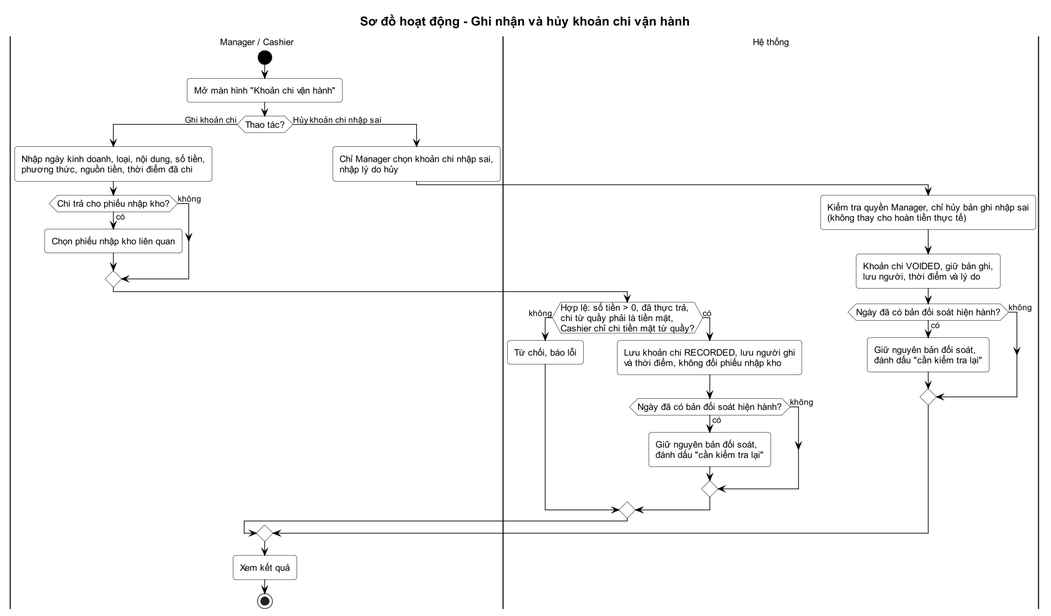
Above: docs/05-quan-ly-tai-chinh/activity-2-khoan-chi.png in Anpham120/restaurant-management-system (PlantUML), before the change.
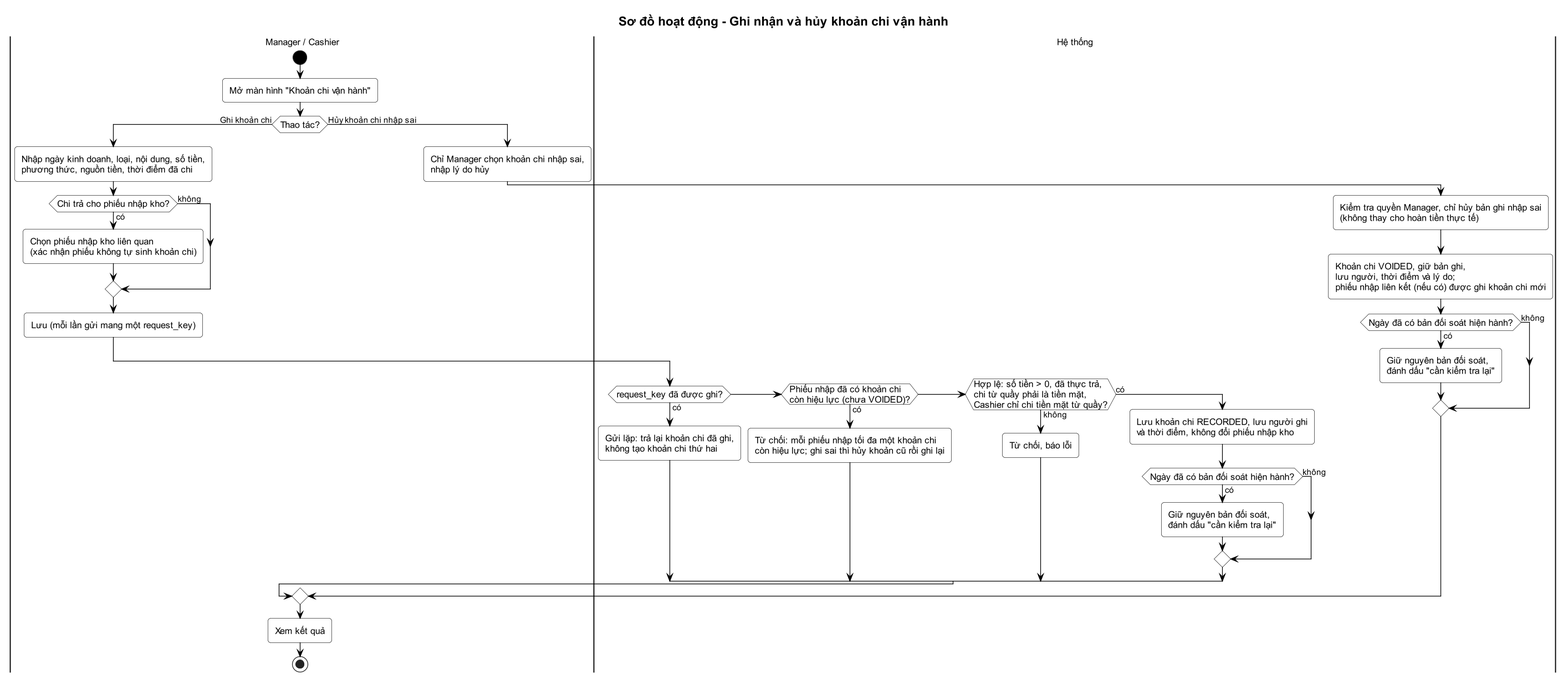
Above is the later version.

The edit, as a diff of the source:
```diff
@@ -10,11 +10,16 @@
 if (Thao tác?) then (Ghi khoản chi)
   :Nhập ngày kinh doanh, loại, nội dung, số tiền,\nphương thức, nguồn tiền, thời điểm đã chi;
   if (Chi trả cho phiếu nhập kho?) then (có)
-    :Chọn phiếu nhập kho liên quan;
+    :Chọn phiếu nhập kho liên quan\n(xác nhận phiếu không tự sinh khoản chi);
   else (không)
   endif
+  :Lưu (mỗi lần gửi mang một request_key);
   |Hệ thống|
-  if (Hợp lệ: số tiền > 0, đã thực trả,\nchi từ quầy phải là tiền mặt,\nCashier chỉ chi tiền mặt từ quầy?) then (không)
+  if (request_key đã được ghi?) then (có)
+    :Gửi lặp: trả lại khoản chi đã ghi,\nkhông tạo khoản chi thứ hai;
+  elseif (Phiếu nhập đã có khoản chi\ncòn hiệu lực (chưa VOIDED)?) then (có)
+    :Từ chối: mỗi phiếu nhập tối đa một khoản chi\ncòn hiệu lực; ghi sai thì hủy khoản cũ rồi ghi lại;
+  elseif (Hợp lệ: số tiền > 0, đã thực trả,\nchi từ quầy phải là tiền mặt,\nCashier chỉ chi tiền mặt từ quầy?) then (không)
     :Từ chối, báo lỗi;
   else (có)
     :Lưu khoản chi RECORDED, lưu người ghi\nvà thời điểm, không đổi phiếu nhập kho;
@@ -28,7 +33,7 @@
   :Chỉ Manager chọn khoản chi nhập sai,\nnhập lý do hủy;
   |Hệ thống|
   :Kiểm tra quyền Manager, chỉ hủy bản ghi nhập sai\n(không thay cho hoàn tiền thực tế);
-  :Khoản chi VOIDED, giữ bản ghi,\nlưu người, thời điểm và lý do;
+  :Khoản chi VOIDED, giữ bản ghi,\nlưu người, thời điểm và lý do;\nphiếu nhập liên kết (nếu có) được ghi khoản chi mới;
   if (Ngày đã có bản đối soát hiện hành?) then (có)
     :Giữ nguyên bản đối soát,\nđánh dấu "cần kiểm tra lại";
   else (không)
```
